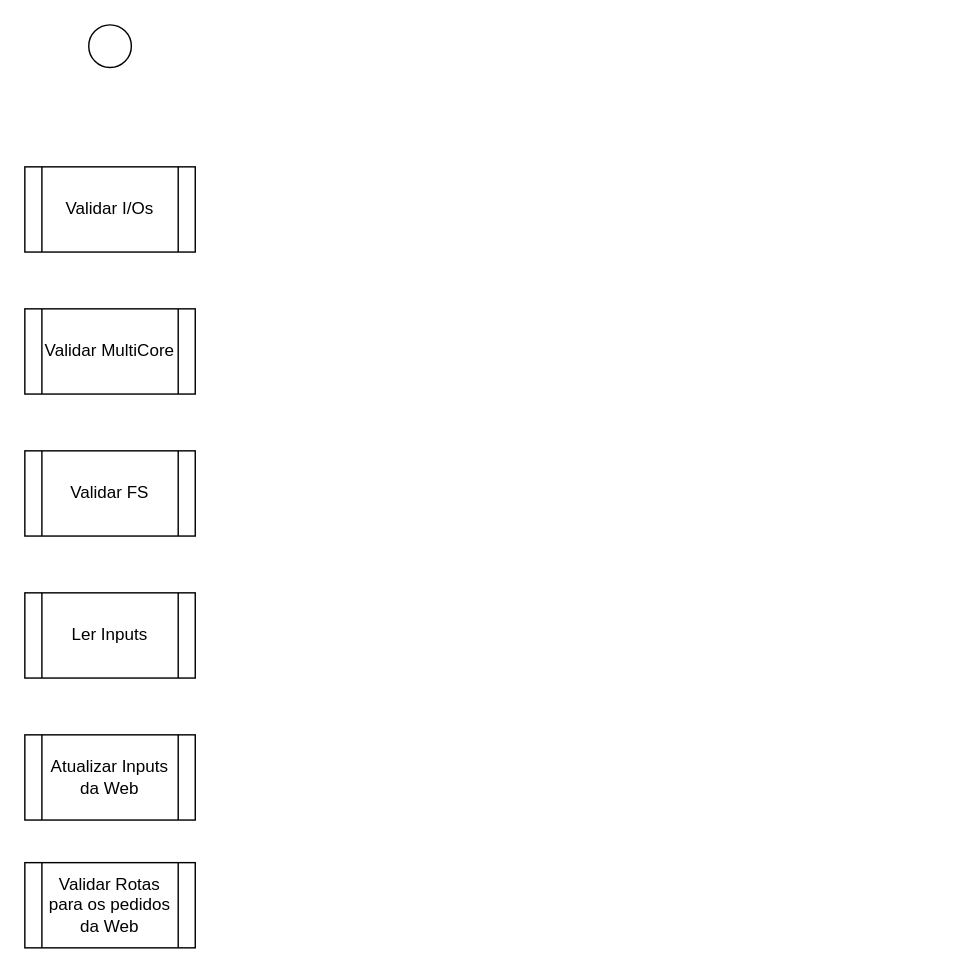
The draw.io diagram Documentation/diagrams/Diagrama atividade ciclo/Diagrama Atividade Ciclo2.drawio in primituga/InteligentDestiller, before the edit. Source tidied: cells renumbered, new cells numbered last; positions are measured from the earlier drawing's top-left corner, leaving out a move shared by most shapes. Both pictures are drawn from the tidied source at 142%, with x=0, y=0 at pixel (24, 24).
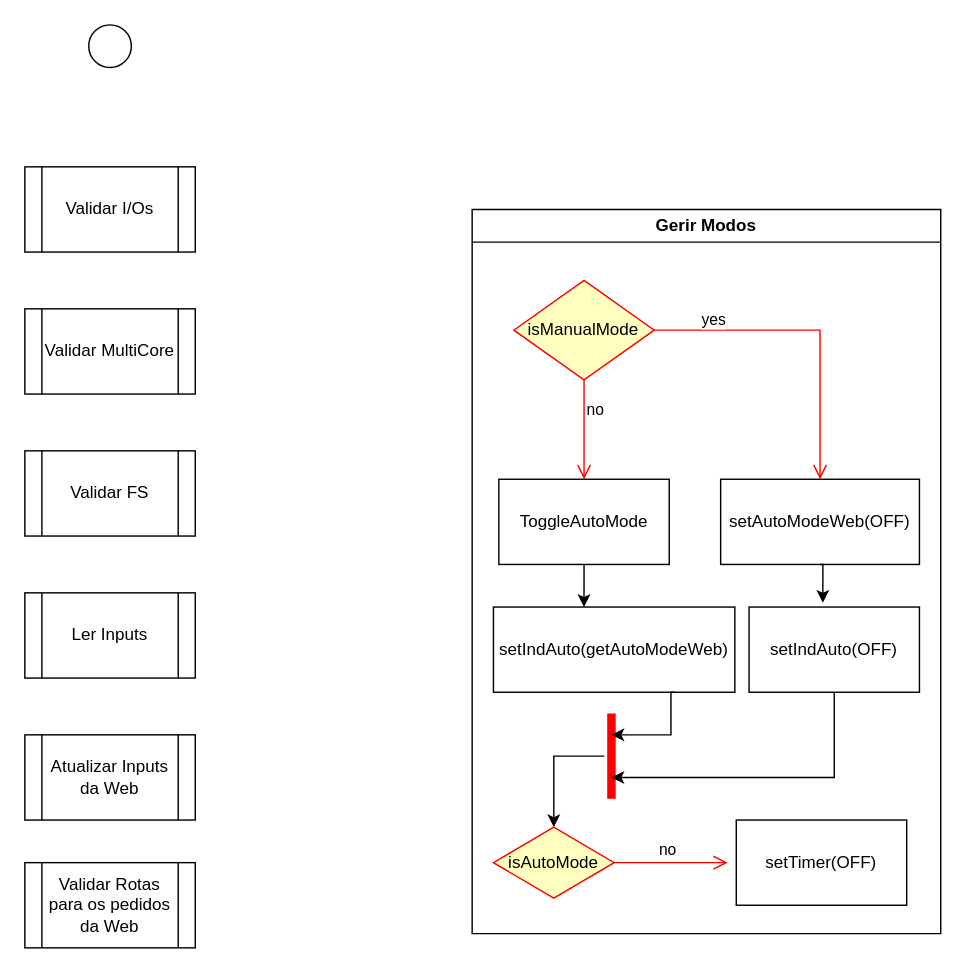
Above is the later version.

The edit, as a diff of the source:
```diff
@@
+    <mxCell id="9" value="Gerir Modos" style="swimlane;whiteSpace=wrap;html=1;" parent="1" vertex="1">
+      <mxGeometry x="315" y="130" width="330" height="510" as="geometry" />
+    </mxCell>
+    <mxCell id="10" value="ToggleAutoMode" style="rounded=0;whiteSpace=wrap;html=1;" parent="9" vertex="1">
+      <mxGeometry x="18.8" y="190" width="120" height="60" as="geometry" />
+    </mxCell>
+    <mxCell id="11" value="setIndAuto(getAutoModeWeb)" style="rounded=0;whiteSpace=wrap;html=1;" parent="9" vertex="1">
+      <mxGeometry x="15" y="280" width="170" height="60" as="geometry" />
+    </mxCell>
+    <mxCell id="12" value="setIndAuto(OFF)" style="rounded=0;whiteSpace=wrap;html=1;" parent="9" vertex="1">
+      <mxGeometry x="195" y="280" width="120" height="60" as="geometry" />
+    </mxCell>
+    <mxCell id="13" value="setAutoModeWeb(OFF)" style="rounded=0;whiteSpace=wrap;html=1;" parent="9" vertex="1">
+      <mxGeometry x="175" y="190" width="140" height="60" as="geometry" />
+    </mxCell>
+    <mxCell id="14" style="edgeStyle=orthogonalEdgeStyle;rounded=0;jettySize=auto;html=1;exitX=0.5;exitY=1;exitDx=0;exitDy=0;entryX=0.433;entryY=-0.05;entryDx=0;entryDy=0;entryPerimeter=0;" parent="9" edge="1" source="13" target="12">
+      <mxGeometry relative="1" as="geometry" />
+    </mxCell>
+    <mxCell id="15" value="setTimer(OFF)" style="rounded=0;whiteSpace=wrap;html=1;" parent="9" vertex="1">
+      <mxGeometry x="186" y="430" width="120" height="60" as="geometry" />
+    </mxCell>
+    <mxCell id="16" style="edgeStyle=orthogonalEdgeStyle;rounded=0;jettySize=auto;html=1;entryX=0.5;entryY=0;entryDx=0;entryDy=0;" parent="9" edge="1" source="17" target="24">
+      <mxGeometry relative="1" as="geometry">
+        <Array as="points">
+          <mxPoint x="57" y="385" />
+        </Array>
+      </mxGeometry>
+    </mxCell>
+    <mxCell id="17" style="shape=line;html=1;strokeWidth=6;strokeColor=#ff0000;rotation=90;" parent="9" vertex="1">
+      <mxGeometry x="68.1" y="380" width="60" height="10" as="geometry" />
+    </mxCell>
+    <mxCell id="18" style="edgeStyle=orthogonalEdgeStyle;rounded=0;jettySize=auto;html=1;entryX=0.75;entryY=0.5;entryDx=0;entryDy=0;entryPerimeter=0;" parent="9" edge="1" source="12" target="17">
+      <mxGeometry relative="1" as="geometry">
+        <Array as="points">
+          <mxPoint x="255" y="400" />
+        </Array>
+      </mxGeometry>
+    </mxCell>
+    <mxCell id="19" style="edgeStyle=orthogonalEdgeStyle;rounded=0;jettySize=auto;html=1;entryX=0.25;entryY=0.5;entryDx=0;entryDy=0;entryPerimeter=0;exitX=0.75;exitY=1;exitDx=0;exitDy=0;" parent="9" edge="1" source="11" target="17">
+      <mxGeometry relative="1" as="geometry">
+        <Array as="points">
+          <mxPoint x="140" y="340" />
+          <mxPoint x="140" y="370" />
+        </Array>
+      </mxGeometry>
+    </mxCell>
+    <mxCell id="20" value="isManualMode" style="rhombus;whiteSpace=wrap;html=1;fontColor=#000000;fillColor=#ffffc0;strokeColor=#ff0000;" parent="9" vertex="1">
+      <mxGeometry x="29.4" y="50" width="98.8" height="70" as="geometry" />
+    </mxCell>
+    <mxCell id="21" value="no" style="edgeStyle=orthogonalEdgeStyle;html=1;align=left;verticalAlign=bottom;endArrow=open;endSize=8;strokeColor=#ff0000;rounded=0;entryX=0.5;entryY=0;entryDx=0;entryDy=0;" parent="9" edge="1" source="20" target="10">
+      <mxGeometry x="-0.14" relative="1" as="geometry" />
+    </mxCell>
+    <mxCell id="22" value="yes" style="edgeStyle=orthogonalEdgeStyle;html=1;align=left;verticalAlign=top;endArrow=open;endSize=8;strokeColor=#ff0000;rounded=0;entryX=0.5;entryY=0;entryDx=0;entryDy=0;" parent="9" edge="1" source="20" target="13">
+      <mxGeometry x="-0.71" y="20" relative="1" as="geometry" />
+    </mxCell>
+    <mxCell id="23" style="edgeStyle=orthogonalEdgeStyle;rounded=0;jettySize=auto;html=1;entryX=0.375;entryY=0;entryDx=0;entryDy=0;entryPerimeter=0;" parent="9" edge="1" source="10" target="11">
+      <mxGeometry relative="1" as="geometry" />
+    </mxCell>
+    <mxCell id="24" value="isAutoMode" style="rhombus;whiteSpace=wrap;html=1;fontColor=#000000;fillColor=#ffffc0;strokeColor=#ff0000;" parent="9" vertex="1">
+      <mxGeometry x="15" y="435" width="85" height="50" as="geometry" />
+    </mxCell>
+    <mxCell id="25" value="no" style="edgeStyle=orthogonalEdgeStyle;html=1;align=left;verticalAlign=bottom;endArrow=open;endSize=8;strokeColor=#ff0000;rounded=0;" parent="9" edge="1" source="24">
+      <mxGeometry x="-0.25" relative="1" as="geometry">
+        <mxPoint x="180" y="460" as="targetPoint" />
+      </mxGeometry>
+    </mxCell>
```
